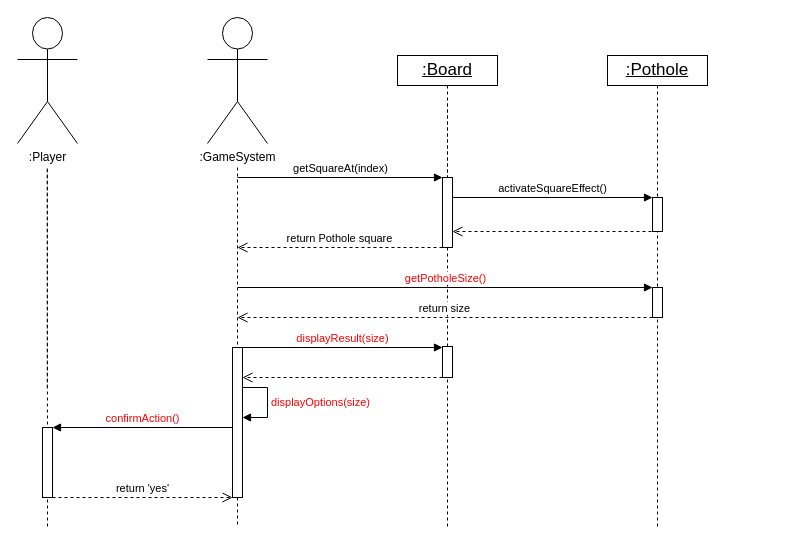
Xelodico/engineers-without-borders keeps this draw.io diagram as page "Encounter Pothole" (3 of 5) of Deliverables/Semester 1/PDF Report/Diagrams/Sequence Diagrams/Peter's Sequence diagrams.drawio. Above is the earlier version. Source tidied: cells renumbered, new cells numbered last; positions are measured from the earlier drawing's top-left corner, leaving out a move shared by most shapes. Both pictures are drawn from the tidied source at 100%, with x=0, y=0 at pixel (17, 17).
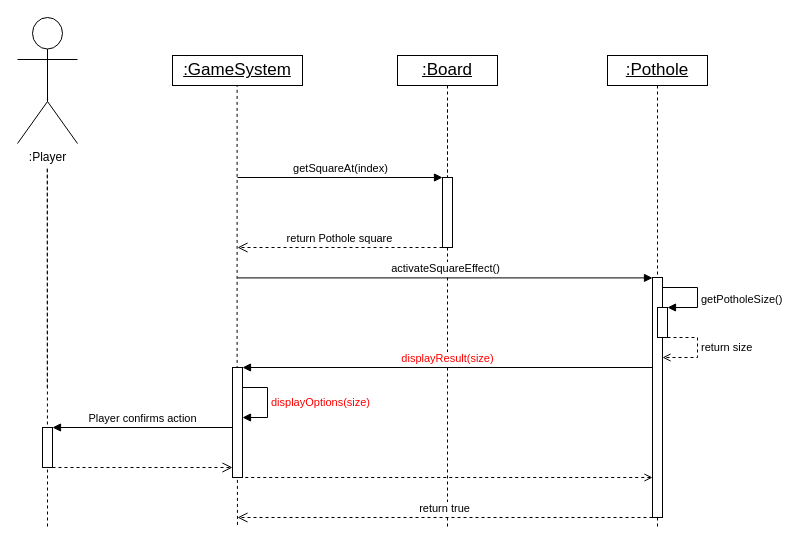
Above is the later version.

Change to the diagram source:
```diff
@@
-    <mxCell id="3" value=":GameSystem" style="shape=umlActor;verticalLabelPosition=bottom;verticalAlign=top;html=1;outlineConnect=0;" parent="1" vertex="1">
-      <mxGeometry x="190" width="60" height="126" as="geometry" />
-    </mxCell>
@@
     <mxCell id="9" style="html=1;points=[[0,0,0,0,5],[0,1,0,0,-5],[1,0,0,0,5],[1,1,0,0,-5]];perimeter=orthogonalPerimeter;outlineConnect=0;targetShapes=umlLifeline;portConstraint=eastwest;newEdgeStyle={&quot;curved&quot;:0,&quot;rounded&quot;:0};" parent="1" vertex="1">
-      <mxGeometry x="635" y="180" width="10" height="34" as="geometry" />
+      <mxGeometry x="635" y="260" width="10" height="240" as="geometry" />
     </mxCell>
     <mxCell id="10" value="activateSquareEffect()" style="html=1;verticalAlign=bottom;endArrow=block;curved=0;rounded=0;" parent="1" edge="1">
       <mxGeometry relative="1" as="geometry">
-        <mxPoint x="435" y="180" as="sourcePoint" />
-        <mxPoint x="635" y="180" as="targetPoint" />
+        <mxPoint x="220" y="260.4" as="sourcePoint" />
+        <mxPoint x="635" y="260.4" as="targetPoint" />
       </mxGeometry>
     </mxCell>
-    <mxCell id="11" style="html=1;verticalAlign=bottom;endArrow=open;dashed=1;endSize=8;curved=0;rounded=0;fontColor=#FF0000;" parent="1" edge="1">
+    <mxCell id="11" style="html=1;verticalAlign=bottom;endArrow=none;dashed=1;endSize=8;curved=0;rounded=0;fontColor=#FF0000;endFill=0;startArrow=open;startFill=0;" parent="1" edge="1" source="9">
       <mxGeometry relative="1" as="geometry">
-        <mxPoint x="640" y="214" as="sourcePoint" />
-        <mxPoint x="435" y="214" as="targetPoint" />
+        <mxPoint x="218" y="460" as="targetPoint" />
       </mxGeometry>
     </mxCell>
@@
-    <mxCell id="13" style="html=1;points=[[0,0,0,0,5],[0,1,0,0,-5],[1,0,0,0,5],[1,1,0,0,-5]];perimeter=orthogonalPerimeter;outlineConnect=0;targetShapes=umlLifeline;portConstraint=eastwest;newEdgeStyle={&quot;curved&quot;:0,&quot;rounded&quot;:0};" parent="1" vertex="1">
-      <mxGeometry x="635" y="270" width="10" height="30" as="geometry" />
-    </mxCell>
-    <mxCell id="14" value="return size" style="html=1;verticalAlign=bottom;endArrow=open;dashed=1;endSize=8;curved=0;rounded=0;" parent="1" edge="1" source="13">
-      <mxGeometry relative="1" as="geometry">
-        <mxPoint x="220" y="300" as="targetPoint" />
-      </mxGeometry>
-    </mxCell>
@@
-    <mxCell id="17" value="confirmAction()" style="html=1;verticalAlign=bottom;endArrow=block;curved=0;rounded=0;fontColor=#FF0000;" parent="1" edge="1" target="22">
+    <mxCell id="17" value="Player confirms action" style="html=1;verticalAlign=bottom;endArrow=block;curved=0;rounded=0;fontColor=#000000;" parent="1" edge="1" target="22">
       <mxGeometry relative="1" as="geometry">
         <mxPoint x="215" y="410" as="sourcePoint" />
       </mxGeometry>
     </mxCell>
-    <mxCell id="18" style="edgeStyle=orthogonalEdgeStyle;rounded=0;orthogonalLoop=1;jettySize=auto;html=1;dashed=1;endArrow=none;endFill=0;" parent="1" edge="1">
+    <mxCell id="18" style="edgeStyle=orthogonalEdgeStyle;rounded=0;jettySize=auto;html=1;dashed=1;endArrow=none;endFill=0;exitX=0.497;exitY=0.946;exitDx=0;exitDy=0;exitPerimeter=0;" parent="1" edge="1" source="3">
       <mxGeometry relative="1" as="geometry">
-        <mxPoint x="220" y="150" as="sourcePoint" />
         <mxPoint x="220" y="510" as="targetPoint" />
         <Array as="points">
           <mxPoint x="220" y="330" />
           <mxPoint x="220" y="330" />
         </Array>
       </mxGeometry>
     </mxCell>
     <mxCell id="19" style="html=1;points=[[0,0,0,0,5],[0,1,0,0,-5],[1,0,0,0,5],[1,1,0,0,-5]];perimeter=orthogonalPerimeter;outlineConnect=0;targetShapes=umlLifeline;portConstraint=eastwest;newEdgeStyle={&quot;curved&quot;:0,&quot;rounded&quot;:0};" parent="1" vertex="1">
-      <mxGeometry x="215" y="330" width="10" height="150" as="geometry" />
+      <mxGeometry x="215" y="350" width="10" height="110" as="geometry" />
     </mxCell>
@@
-    <mxCell id="21" value="return 'yes'" style="html=1;verticalAlign=bottom;endArrow=open;dashed=1;endSize=8;curved=0;rounded=0;" parent="1" edge="1">
+    <mxCell id="21" style="html=1;verticalAlign=bottom;endArrow=open;dashed=1;endSize=8;curved=0;rounded=0;" parent="1" edge="1">
       <mxGeometry relative="1" as="geometry">
-        <mxPoint x="35" y="480" as="sourcePoint" />
-        <mxPoint x="215" y="480" as="targetPoint" />
+        <mxPoint x="35" y="450" as="sourcePoint" />
+        <mxPoint x="215" y="450" as="targetPoint" />
       </mxGeometry>
     </mxCell>
     <mxCell id="22" style="html=1;points=[[0,0,0,0,5],[0,1,0,0,-5],[1,0,0,0,5],[1,1,0,0,-5]];perimeter=orthogonalPerimeter;outlineConnect=0;targetShapes=umlLifeline;portConstraint=eastwest;newEdgeStyle={&quot;curved&quot;:0,&quot;rounded&quot;:0};" parent="1" vertex="1">
-      <mxGeometry x="25" y="410" width="10" height="70" as="geometry" />
+      <mxGeometry x="25" y="410" width="10" height="40" as="geometry" />
     </mxCell>
@@
-    <mxCell id="24" value="getPotholeSize()" style="html=1;verticalAlign=bottom;endArrow=block;curved=0;rounded=0;fontColor=#FF0000;" parent="1" edge="1" target="13">
+    <mxCell id="24" value="displayResult(size)" style="html=1;verticalAlign=bottom;endArrow=none;curved=0;rounded=0;fontColor=#FF0000;startArrow=block;startFill=1;endFill=0;" parent="1" edge="1" source="19">
       <mxGeometry relative="1" as="geometry">
-        <mxPoint x="220" y="270" as="sourcePoint" />
+        <mxPoint x="635" y="350" as="targetPoint" />
       </mxGeometry>
     </mxCell>
-    <mxCell id="25" value="displayResult(size)" style="html=1;verticalAlign=bottom;endArrow=block;curved=0;rounded=0;fontColor=#FF0000;" parent="1" edge="1" target="26">
-      <mxGeometry relative="1" as="geometry">
-        <mxPoint x="225" y="330" as="sourcePoint" />
-      </mxGeometry>
-    </mxCell>
-    <mxCell id="26" style="html=1;points=[[0,0,0,0,5],[0,1,0,0,-5],[1,0,0,0,5],[1,1,0,0,-5]];perimeter=orthogonalPerimeter;outlineConnect=0;targetShapes=umlLifeline;portConstraint=eastwest;newEdgeStyle={&quot;curved&quot;:0,&quot;rounded&quot;:0};" parent="1" vertex="1">
-      <mxGeometry x="425" y="329" width="10" height="31" as="geometry" />
-    </mxCell>
-    <mxCell id="27" style="html=1;verticalAlign=bottom;endArrow=open;dashed=1;endSize=8;curved=0;rounded=0;" parent="1" edge="1" source="26" target="19">
-      <mxGeometry relative="1" as="geometry">
-        <Array as="points">
-          <mxPoint x="330" y="360" />
-        </Array>
-      </mxGeometry>
-    </mxCell>
+    <mxCell id="28" style="html=1;perimeter=orthogonalPerimeter;targetShapes=umlLifeline;newEdgeStyle={&quot;curved&quot;:0,&quot;rounded&quot;:0};" parent="1" vertex="1">
+      <mxGeometry x="640" y="290" width="10" height="30" as="geometry" />
+    </mxCell>
+    <mxCell id="29" value="getPotholeSize()" style="html=1;align=left;spacingLeft=2;endArrow=block;rounded=0;edgeStyle=orthogonalEdgeStyle;curved=0;rounded=0;fontColor=#000000;" parent="1" edge="1">
+      <mxGeometry x="0.2" relative="1" as="geometry">
+        <mxPoint x="645" y="260" as="sourcePoint" />
+        <mxPoint x="650" y="290" as="targetPoint" />
+        <Array as="points">
+          <mxPoint x="645" y="270" />
+          <mxPoint x="680" y="270" />
+          <mxPoint x="680" y="290" />
+        </Array>
+      </mxGeometry>
+    </mxCell>
+    <mxCell id="14" value="return size" style="html=1;align=left;spacingLeft=2;endArrow=open;rounded=0;edgeStyle=orthogonalEdgeStyle;curved=0;rounded=0;fontColor=#000000;dashed=1;endFill=0;" parent="1" edge="1">
+      <mxGeometry x="-0.07" relative="1" as="geometry">
+        <mxPoint x="650" y="320" as="sourcePoint" />
+        <mxPoint x="645" y="340" as="targetPoint" />
+        <Array as="points">
+          <mxPoint x="680" y="320" />
+          <mxPoint x="680" y="340" />
+        </Array>
+      </mxGeometry>
+    </mxCell>
+    <mxCell id="30" value="return true" style="html=1;verticalAlign=bottom;endArrow=open;dashed=1;endSize=8;curved=0;rounded=0;fontColor=#000000;" parent="1" edge="1">
+      <mxGeometry relative="1" as="geometry">
+        <mxPoint x="635" y="500" as="sourcePoint" />
+        <mxPoint x="220" y="500" as="targetPoint" />
+      </mxGeometry>
+    </mxCell>
+    <mxCell id="3" value=":GameSystem" style="html=1;whiteSpace=wrap;fontStyle=4;fontSize=17;horizontal=1;" parent="1" vertex="1">
+      <mxGeometry x="155" y="38" width="130" height="30" as="geometry" />
+    </mxCell>
```
